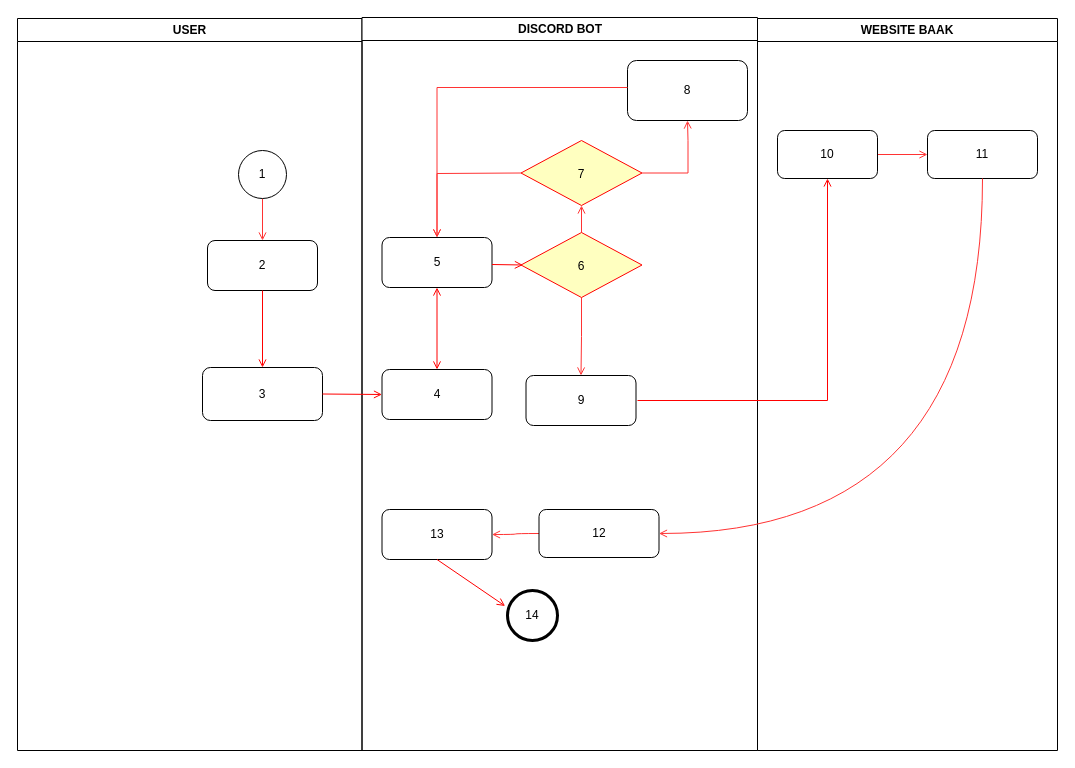
The draw.io diagram FlowGraph Diagram.drawio in Ikhari/For-app.diagrams.net, before the edit. Source tidied: cells renumbered, new cells numbered last; positions are measured from the earlier drawing's top-left corner, leaving out a move shared by most shapes. Both pictures are drawn from the tidied source at 100%, with x=0, y=0 at pixel (17, 17).
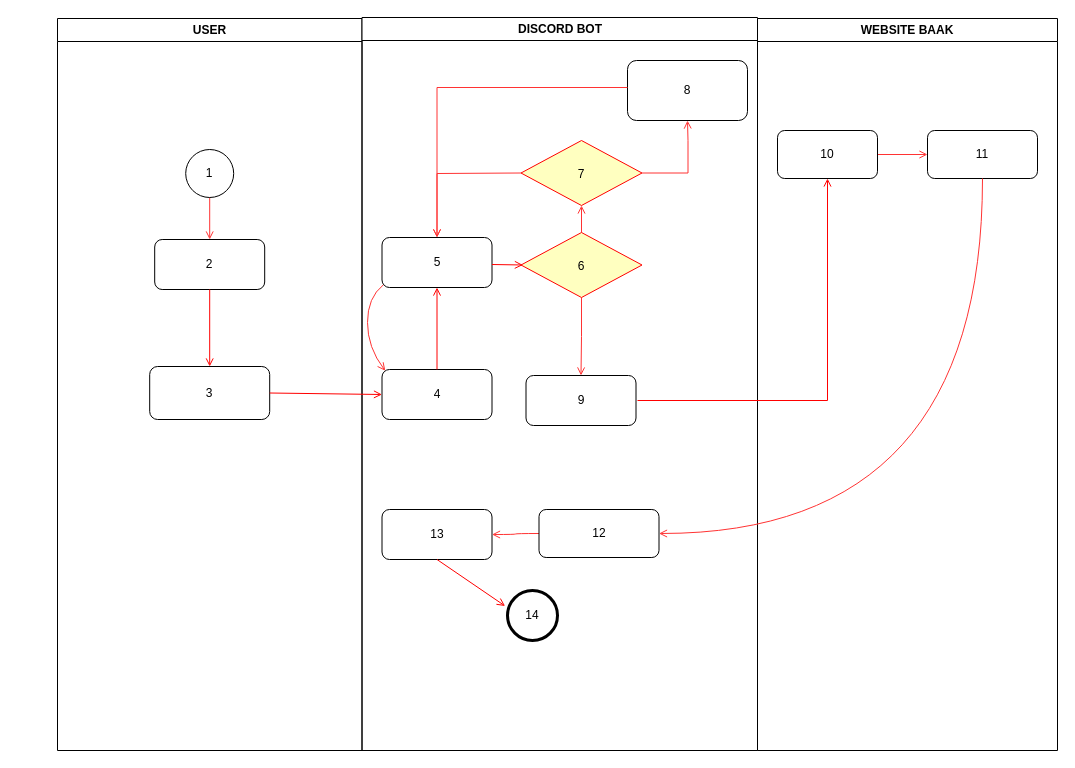
After the change.

Unchanged cells that the change refers to:
```xml
<mxCell id="8" value="DISCORD BOT" style="swimlane;whiteSpace=wrap;" parent="1" vertex="1">
  <mxGeometry x="344.5" width="395.5" height="733" as="geometry" />
</mxCell>
<mxCell id="9" value="5" style="rounded=1;whiteSpace=wrap;html=1;" parent="8" vertex="1">
  <mxGeometry x="20" y="220" width="110" height="50" as="geometry" />
</mxCell>
<mxCell id="10" value="4" style="rounded=1;whiteSpace=wrap;html=1;" parent="8" vertex="1">
  <mxGeometry x="20" y="352" width="110" height="50" as="geometry" />
</mxCell>
```

Diff of the diagram source:
```diff
@@
     <mxCell id="2" value="USER" style="swimlane;whiteSpace=wrap;" parent="1" vertex="1">
-      <mxGeometry y="1" width="344.5" height="732" as="geometry" />
+      <mxGeometry x="40" y="1" width="304.5" height="732" as="geometry" />
     </mxCell>
     <mxCell id="3" value="2" style="rounded=1;whiteSpace=wrap;html=1;" parent="2" vertex="1">
-      <mxGeometry x="190" y="222" width="110" height="50" as="geometry" />
+      <mxGeometry x="97.2" y="221" width="110" height="50" as="geometry" />
     </mxCell>
@@
     <mxCell id="5" value="3" style="rounded=1;whiteSpace=wrap;html=1;" parent="2" vertex="1">
-      <mxGeometry x="185" y="349" width="120" height="53" as="geometry" />
+      <mxGeometry x="92.2" y="348" width="120" height="53" as="geometry" />
     </mxCell>
@@
     <mxCell id="7" value="1" style="ellipse;whiteSpace=wrap;html=1;strokeWidth=1;" parent="2" vertex="1">
-      <mxGeometry x="221" y="132" width="48" height="48" as="geometry" />
+      <mxGeometry x="128.2" y="131" width="48" height="48" as="geometry" />
     </mxCell>
@@
-    <mxCell id="11" style="endArrow=open;strokeColor=#FF0000;endFill=1;rounded=0;startArrow=open;startFill=0;" parent="8" edge="1" source="9" target="10">
+    <mxCell id="11" style="endArrow=none;strokeColor=#FF0000;endFill=0;rounded=0;startArrow=open;startFill=0;" parent="8" edge="1" source="9" target="10">
       <mxGeometry relative="1" as="geometry" />
     </mxCell>
@@
+    <mxCell id="34" style="curved=1;endArrow=open;html=1;rounded=0;exitX=0.011;exitY=0.949;exitDx=0;exitDy=0;exitPerimeter=0;endFill=0;entryX=0.03;entryY=0.026;entryDx=0;entryDy=0;entryPerimeter=0;strokeColor=#FF3333;" parent="8" edge="1" source="9" target="10">
+      <mxGeometry relative="1" as="geometry">
+        <Array as="points">
+          <mxPoint x="5.5" y="280" />
+          <mxPoint x="5.5" y="330" />
+        </Array>
+      </mxGeometry>
+    </mxCell>
```
